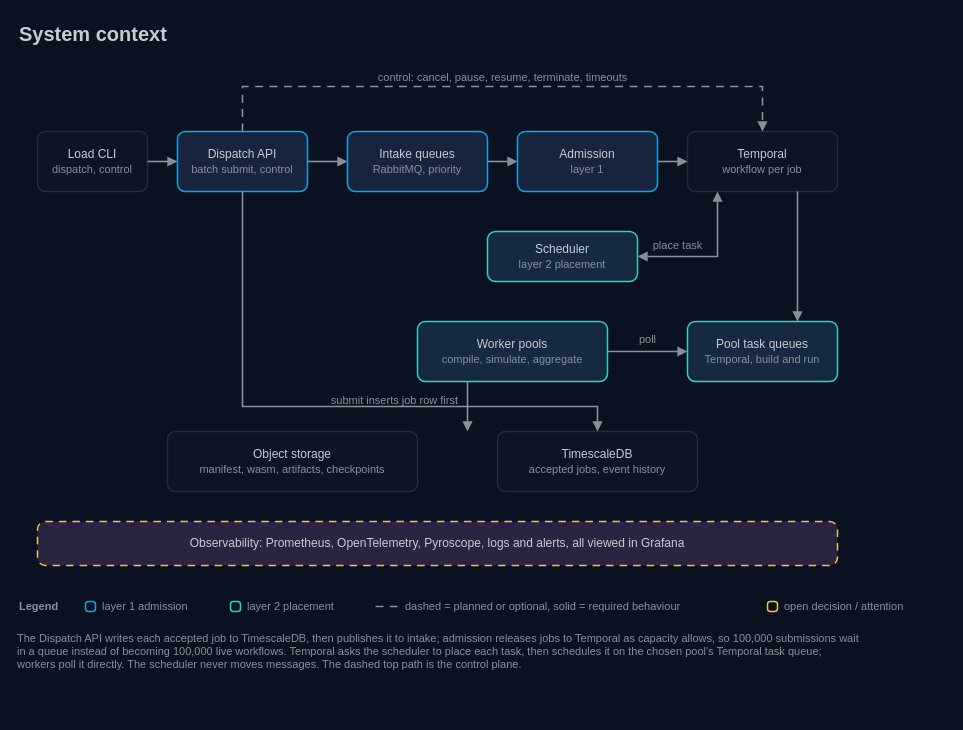
This is docs/architecture/01-system-context.drawio from AndoNorth/wasm-dag-forge, a draw.io file, before an edit. Source tidied: cells renumbered, new cells numbered last; positions are measured from the earlier drawing's top-left corner, leaving out a move shared by most shapes. Both pictures are drawn from the tidied source at 100%, with x=0, y=0 at pixel (17, 17).
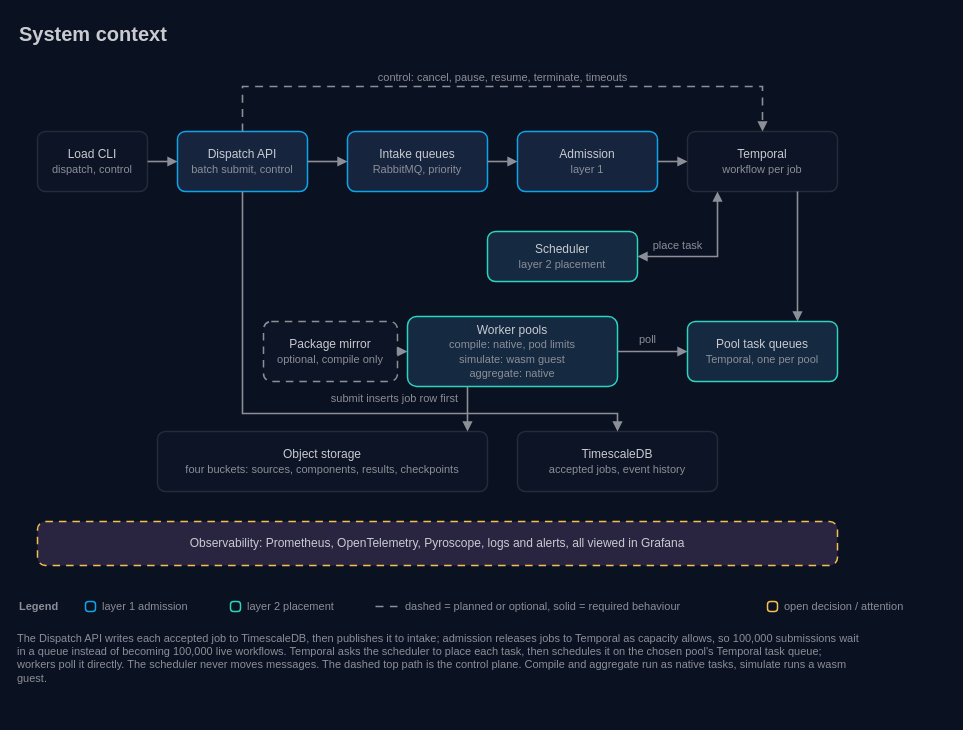
The same page after the edit.

The change refers to these unchanged cells:
```xml
<mxCell id="4" value="Dispatch API&lt;br&gt;&lt;font color=&quot;#8c8f98&quot; style=&quot;font-size:11px&quot;&gt;batch submit, control&lt;/font&gt;" style="rounded=1;arcSize=13;html=1;whiteSpace=wrap;fillColor=#16243e;strokeColor=#0ca5e9;strokeWidth=1.5;fontColor=#c9cbd0;fontSize=12;fontFamily=IBM Plex Sans;" parent="1" vertex="1">
  <mxGeometry x="160" y="114" width="130" height="60" as="geometry" />
</mxCell>
```

The edit, as a diff of the source:
```diff
@@
-    <mxCell id="9" value="Pool task queues&lt;br&gt;&lt;font color=&quot;#8c8f98&quot; style=&quot;font-size:11px&quot;&gt;Temporal, build and run&lt;/font&gt;" style="rounded=1;arcSize=13;html=1;whiteSpace=wrap;fillColor=#152940;strokeColor=#2fd4bf;strokeWidth=1.5;fontColor=#c9cbd0;fontSize=12;fontFamily=IBM Plex Sans;" parent="1" vertex="1">
+    <mxCell id="9" value="Pool task queues&lt;br&gt;&lt;font color=&quot;#8c8f98&quot; style=&quot;font-size:11px&quot;&gt;Temporal, one per pool&lt;/font&gt;" style="rounded=1;arcSize=13;html=1;whiteSpace=wrap;fillColor=#152940;strokeColor=#2fd4bf;strokeWidth=1.5;fontColor=#c9cbd0;fontSize=12;fontFamily=IBM Plex Sans;" parent="1" vertex="1">
       <mxGeometry x="670" y="304" width="150" height="60" as="geometry" />
     </mxCell>
-    <mxCell id="10" value="Worker pools&lt;br&gt;&lt;font color=&quot;#8c8f98&quot; style=&quot;font-size:11px&quot;&gt;compile, simulate, aggregate&lt;/font&gt;" style="rounded=1;arcSize=13;html=1;whiteSpace=wrap;fillColor=#152940;strokeColor=#2fd4bf;strokeWidth=1.5;fontColor=#c9cbd0;fontSize=12;fontFamily=IBM Plex Sans;" parent="1" vertex="1">
-      <mxGeometry x="400" y="304" width="190" height="60" as="geometry" />
+    <mxCell id="10" value="Worker pools&lt;br&gt;&lt;font color=&quot;#8c8f98&quot; style=&quot;font-size:11px&quot;&gt;compile: native, pod limits&lt;br&gt;simulate: wasm guest&lt;br&gt;aggregate: native&lt;/font&gt;" style="rounded=1;arcSize=13;html=1;whiteSpace=wrap;fillColor=#152940;strokeColor=#2fd4bf;strokeWidth=1.5;fontColor=#c9cbd0;fontSize=12;fontFamily=IBM Plex Sans;" parent="1" vertex="1">
+      <mxGeometry x="390" y="299" width="210" height="70" as="geometry" />
     </mxCell>
+    <mxCell id="38" value="Package mirror&lt;br&gt;&lt;font color=&quot;#8c8f98&quot; style=&quot;font-size:11px&quot;&gt;optional, compile only&lt;/font&gt;" style="rounded=1;arcSize=13;html=1;whiteSpace=wrap;fillColor=#0c1425;strokeColor=#8c8f98;strokeWidth=1.5;dashed=1;dashPattern=5 4;fontColor=#c9cbd0;fontSize=12;fontFamily=IBM Plex Sans;" parent="1" vertex="1">
+      <mxGeometry x="246" y="304" width="134" height="60" as="geometry" />
+    </mxCell>
-    <mxCell id="11" value="Object storage&lt;br&gt;&lt;font color=&quot;#8c8f98&quot; style=&quot;font-size:11px&quot;&gt;manifest, wasm, artifacts, checkpoints&lt;/font&gt;" style="rounded=1;arcSize=13;html=1;whiteSpace=wrap;fillColor=#0c1425;strokeColor=#252b39;strokeWidth=1.5;fontColor=#c9cbd0;fontSize=12;fontFamily=IBM Plex Sans;" parent="1" vertex="1">
-      <mxGeometry x="150" y="414" width="250" height="60" as="geometry" />
+    <mxCell id="11" value="Object storage&lt;br&gt;&lt;font color=&quot;#8c8f98&quot; style=&quot;font-size:11px&quot;&gt;four buckets: sources, components, results, checkpoints&lt;/font&gt;" style="rounded=1;arcSize=13;html=1;whiteSpace=wrap;fillColor=#0c1425;strokeColor=#252b39;strokeWidth=1.5;fontColor=#c9cbd0;fontSize=12;fontFamily=IBM Plex Sans;" parent="1" vertex="1">
+      <mxGeometry x="140" y="414" width="330" height="60" as="geometry" />
     </mxCell>
     <mxCell id="12" value="TimescaleDB&lt;br&gt;&lt;font color=&quot;#8c8f98&quot; style=&quot;font-size:11px&quot;&gt;accepted jobs, event history&lt;/font&gt;" style="rounded=1;arcSize=13;html=1;whiteSpace=wrap;fillColor=#0c1425;strokeColor=#252b39;strokeWidth=1.5;fontColor=#c9cbd0;fontSize=12;fontFamily=IBM Plex Sans;" parent="1" vertex="1">
-      <mxGeometry x="480" y="414" width="200" height="60" as="geometry" />
+      <mxGeometry x="500" y="414" width="200" height="60" as="geometry" />
     </mxCell>
@@
     <mxCell id="17" value="submit inserts job row first" style="text;html=1;strokeColor=none;fillColor=none;align=right;verticalAlign=middle;whiteSpace=nowrap;fontColor=#8c8f98;fontSize=11;fontFamily=IBM Plex Sans;spacing=0;spacingLeft=0;" parent="1" vertex="1">
-      <mxGeometry x="275.2" y="374" width="164.8" height="18" as="geometry" />
+      <mxGeometry x="275.2" y="372" width="164.8" height="18" as="geometry" />
     </mxCell>
@@
+    <mxCell id="39" style="endArrow=block;endFill=1;startArrow=none;startFill=1;html=1;rounded=0;strokeColor=#8c8f98;strokeWidth=1.6;exitX=1;exitY=0.5;exitDx=0;exitDy=0;entryX=0;entryY=0.5;entryDx=0;entryDy=0;dashed=1;dashPattern=5 4;" parent="1" edge="1" source="38" target="10">
+      <mxGeometry relative="1" as="geometry" />
+    </mxCell>
-    <mxCell id="26" style="endArrow=block;endFill=1;startArrow=none;startFill=1;html=1;rounded=0;strokeColor=#8c8f98;strokeWidth=1.6;exitX=0.263158;exitY=1;exitDx=0;exitDy=0;" parent="1" edge="1" source="10">
+    <mxCell id="26" style="endArrow=block;endFill=1;startArrow=none;startFill=1;html=1;rounded=0;strokeColor=#8c8f98;strokeWidth=1.6;exitX=0.285714;exitY=1;exitDx=0;exitDy=0;" parent="1" edge="1" source="10">
       <mxGeometry relative="1" as="geometry">
         <mxPoint x="450" y="414" as="targetPoint" />
       </mxGeometry>
     </mxCell>
     <mxCell id="27" style="endArrow=block;endFill=1;startArrow=none;startFill=1;html=1;rounded=0;strokeColor=#8c8f98;strokeWidth=1.6;exitX=0.5;exitY=1;exitDx=0;exitDy=0;entryX=0.5;entryY=0;entryDx=0;entryDy=0;" parent="1" edge="1" source="4" target="12">
       <mxGeometry relative="1" as="geometry">
         <Array as="points">
-          <mxPoint x="225" y="389" />
-          <mxPoint x="580" y="389" />
+          <mxPoint x="225" y="396" />
+          <mxPoint x="600" y="396" />
         </Array>
       </mxGeometry>
     </mxCell>
@@
-    <mxCell id="37" value="The Dispatch API writes each accepted job to TimescaleDB, then publishes it to intake; admission releases jobs to Temporal as capacity allows, so 100,000 submissions wait in a queue instead of becoming 100,000 live workflows. Temporal asks the scheduler to place each task, then schedules it on the chosen pool's Temporal task queue; workers poll it directly. The scheduler never moves messages. The dashed top path is the control plane." style="text;html=1;strokeColor=none;fillColor=none;align=left;verticalAlign=top;whiteSpace=wrap;fontColor=#8c8f98;fontSize=11;fontFamily=IBM Plex Sans;spacing=0;" parent="1" vertex="1">
-      <mxGeometry y="610" width="840" height="72" as="geometry" />
+    <mxCell id="37" value="The Dispatch API writes each accepted job to TimescaleDB, then publishes it to intake; admission releases jobs to Temporal as capacity allows, so 100,000 submissions wait in a queue instead of becoming 100,000 live workflows. Temporal asks the scheduler to place each task, then schedules it on the chosen pool's Temporal task queue; workers poll it directly. The scheduler never moves messages. The dashed top path is the control plane. Compile and aggregate run as native tasks, simulate runs a wasm guest." style="text;html=1;strokeColor=none;fillColor=none;align=left;verticalAlign=top;whiteSpace=wrap;fontColor=#8c8f98;fontSize=11;fontFamily=IBM Plex Sans;spacing=0;" parent="1" vertex="1">
+      <mxGeometry y="610" width="840" height="86" as="geometry" />
     </mxCell>
```
